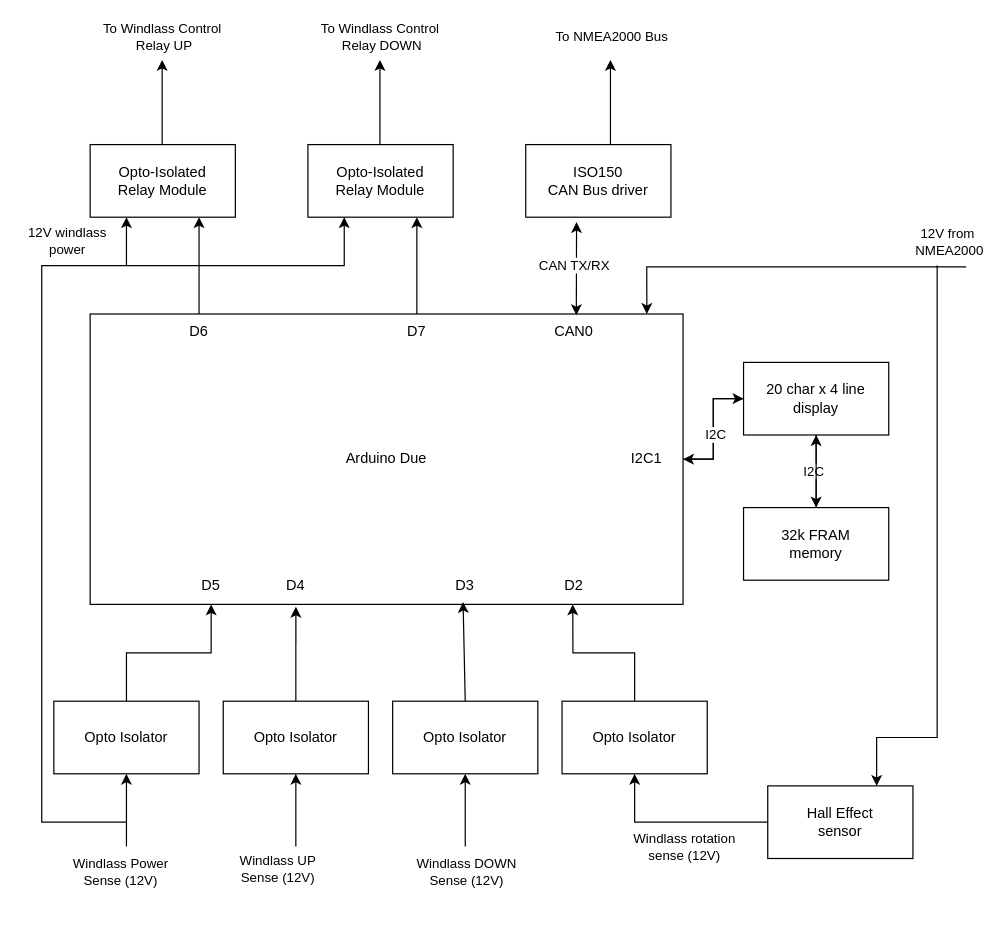
This is Windlass Controller.drawio from JohnStov/N2K-Chain-Counter, a draw.io file, before an edit. Source tidied: cells renumbered, new cells numbered last; positions are measured from the earlier drawing's top-left corner, leaving out a move shared by most shapes. Both pictures are drawn from the tidied source at 121%, with x=0, y=0 at pixel (41, 59).
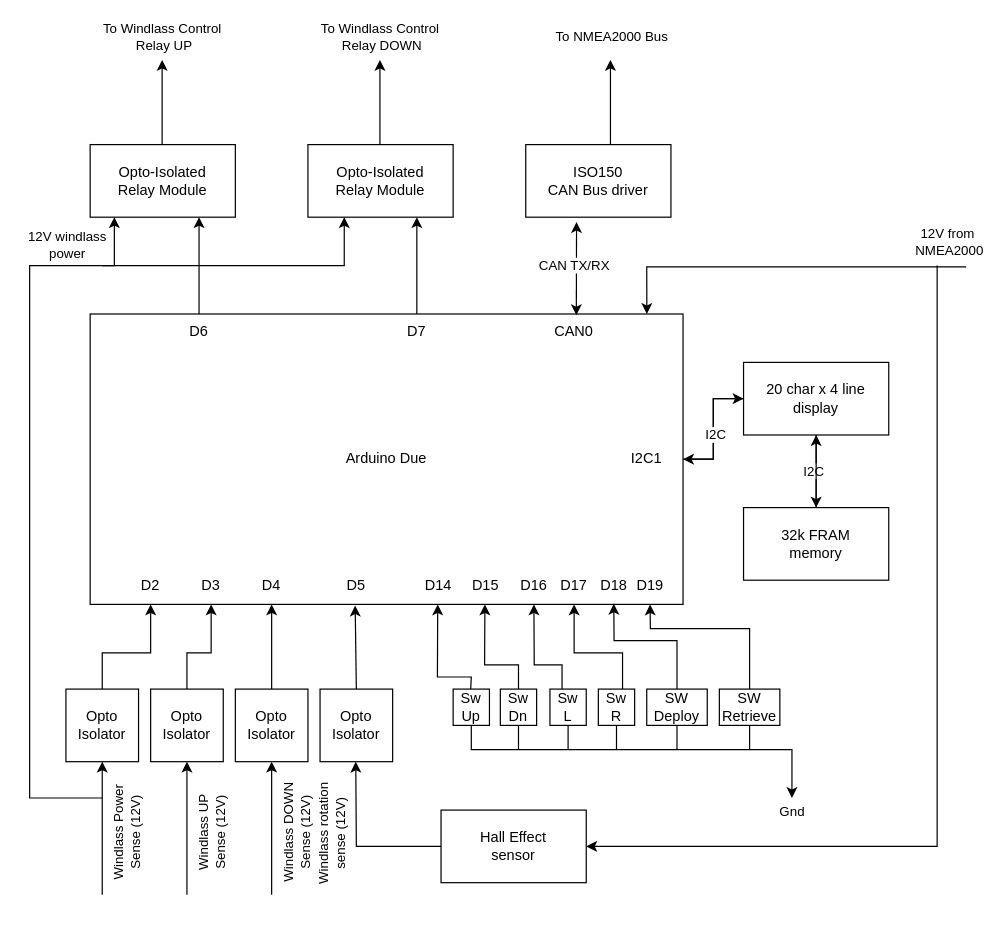
After the change.

Commit message (it also covers changes not shown here):
Updated system diagram

Unchanged cells that the change refers to:
```xml
<mxCell id="3" value="&lt;div&gt;Arduino Due&lt;/div&gt;" style="rounded=0;whiteSpace=wrap;html=1;" parent="1" vertex="1">
  <mxGeometry x="40" y="210" width="490" height="240" as="geometry" />
</mxCell>
<mxCell id="5" value="&lt;div&gt;Opto-Isolated&lt;/div&gt;&lt;div&gt;Relay Module&lt;br&gt;&lt;/div&gt;" style="rounded=0;whiteSpace=wrap;html=1;" parent="1" vertex="1">
  <mxGeometry x="220" y="70" width="120" height="60" as="geometry" />
</mxCell>
<mxCell id="6" value="&lt;div&gt;Opto-Isolated&lt;/div&gt;&lt;div&gt;Relay Module&lt;br&gt;&lt;/div&gt;" style="rounded=0;whiteSpace=wrap;html=1;" parent="1" vertex="1">
  <mxGeometry x="40" y="70" width="120" height="60" as="geometry" />
</mxCell>
```

Diff of the diagram source:
```diff
@@
-    <mxCell id="13" value="&lt;div&gt;Opto Isolator&lt;/div&gt;" style="rounded=0;whiteSpace=wrap;html=1;" parent="1" vertex="1">
-      <mxGeometry x="10" y="530" width="120" height="60" as="geometry" />
-    </mxCell>
-    <mxCell id="14" value="&lt;div&gt;Opto Isolator&lt;/div&gt;" style="rounded=0;whiteSpace=wrap;html=1;" parent="1" vertex="1">
-      <mxGeometry x="150" y="530" width="120" height="60" as="geometry" />
+    <mxCell id="14" value="&lt;div&gt;Opto&lt;/div&gt;&lt;div&gt;Isolator&lt;/div&gt;" style="rounded=0;whiteSpace=wrap;html=1;" parent="1" vertex="1">
+      <mxGeometry x="90" y="520" width="60" height="60" as="geometry" />
     </mxCell>
-    <mxCell id="15" value="&lt;div&gt;Opto Isolator&lt;/div&gt;" style="rounded=0;whiteSpace=wrap;html=1;" parent="1" vertex="1">
-      <mxGeometry x="290" y="530" width="120" height="60" as="geometry" />
+    <mxCell id="15" value="&lt;div&gt;Opto&lt;/div&gt;&lt;div&gt;Isolator&lt;/div&gt;" style="rounded=0;whiteSpace=wrap;html=1;" parent="1" vertex="1">
+      <mxGeometry x="160" y="520" width="60" height="60" as="geometry" />
     </mxCell>
-    <mxCell id="16" value="&lt;div&gt;Opto Isolator&lt;/div&gt;" style="rounded=0;whiteSpace=wrap;html=1;" parent="1" vertex="1">
-      <mxGeometry x="430" y="530" width="120" height="60" as="geometry" />
+    <mxCell id="16" value="&lt;div&gt;Opto&lt;/div&gt;&lt;div&gt;Isolator&lt;/div&gt;" style="rounded=0;whiteSpace=wrap;html=1;" parent="1" vertex="1">
+      <mxGeometry x="230" y="520" width="60" height="60" as="geometry" />
     </mxCell>
     <mxCell id="17" style="endArrow=classic;html=1;rounded=0;entryX=0.5;entryY=1;entryDx=0;entryDy=0;" parent="1" edge="1" target="13">
       <mxGeometry relative="1" as="geometry">
-        <mxPoint x="70" y="650" as="sourcePoint" />
+        <mxPoint x="50" y="690" as="sourcePoint" />
       </mxGeometry>
     </mxCell>
-    <mxCell id="18" value="&lt;div&gt;Windlass Power&lt;/div&gt;&lt;div&gt;Sense (12V)&lt;br&gt;&lt;/div&gt;" style="edgeLabel;html=1;align=center;verticalAlign=middle;" parent="17" vertex="1">
+    <mxCell id="18" value="&lt;div&gt;Windlass Power&lt;/div&gt;&lt;div&gt;Sense (12V)&lt;br&gt;&lt;/div&gt;" style="edgeLabel;html=1;align=center;verticalAlign=middle;rotation=270;" parent="17" vertex="1">
       <mxGeometry y="3" relative="1" as="geometry">
-        <mxPoint x="-3" y="50" as="offset" />
+        <mxPoint x="23" y="5" as="offset" />
       </mxGeometry>
     </mxCell>
     <mxCell id="19" style="endArrow=classic;html=1;rounded=0;entryX=0.5;entryY=1;entryDx=0;entryDy=0;" parent="1" edge="1" target="14">
       <mxGeometry relative="1" as="geometry">
-        <mxPoint x="210" y="650" as="sourcePoint" />
+        <mxPoint x="120" y="690" as="sourcePoint" />
       </mxGeometry>
     </mxCell>
-    <mxCell id="20" value="&lt;div&gt;Windlass UP&lt;/div&gt;&lt;div&gt;Sense (12V)&lt;br&gt;&lt;/div&gt;" style="edgeLabel;html=1;align=center;verticalAlign=middle;" parent="19" vertex="1">
+    <mxCell id="20" value="&lt;div&gt;Windlass UP&lt;/div&gt;&lt;div&gt;Sense (12V)&lt;br&gt;&lt;/div&gt;" style="edgeLabel;html=1;align=center;verticalAlign=middle;rotation=270;" parent="19" vertex="1">
       <mxGeometry x="0.03" y="8" relative="1" as="geometry">
-        <mxPoint x="-8" y="49" as="offset" />
+        <mxPoint x="28" y="7" as="offset" />
       </mxGeometry>
     </mxCell>
     <mxCell id="21" style="endArrow=classic;html=1;rounded=0;entryX=0.5;entryY=1;entryDx=0;entryDy=0;" parent="1" edge="1" target="15">
       <mxGeometry relative="1" as="geometry">
-        <mxPoint x="350" y="650" as="sourcePoint" />
+        <mxPoint x="190" y="690" as="sourcePoint" />
       </mxGeometry>
     </mxCell>
-    <mxCell id="22" value="&lt;div&gt;Windlass DOWN&lt;/div&gt;&lt;div&gt;Sense (12V)&lt;br&gt;&lt;/div&gt;" style="edgeLabel;html=1;align=center;verticalAlign=middle;" parent="21" vertex="1">
+    <mxCell id="22" value="&lt;div&gt;Windlass DOWN&lt;/div&gt;&lt;div&gt;Sense (12V)&lt;br&gt;&lt;/div&gt;" style="edgeLabel;html=1;align=center;verticalAlign=middle;rotation=270;" parent="21" vertex="1">
       <mxGeometry x="0.33" y="-5" relative="1" as="geometry">
-        <mxPoint x="-5" y="60" as="offset" />
+        <mxPoint x="15" y="23" as="offset" />
       </mxGeometry>
     </mxCell>
-    <mxCell id="23" style="endArrow=classic;html=1;rounded=0;entryX=0.5;entryY=1;entryDx=0;entryDy=0;exitX=0;exitY=0.5;exitDx=0;exitDy=0;" parent="1" edge="1" source="45" target="16">
+    <mxCell id="23" style="endArrow=classic;html=1;rounded=0;entryX=0.5;entryY=1;entryDx=0;entryDy=0;exitX=0;exitY=0.5;exitDx=0;exitDy=0;" parent="1" edge="1" source="45">
       <mxGeometry relative="1" as="geometry">
+        <mxPoint x="259.5" y="580" as="targetPoint" />
         <Array as="points">
-          <mxPoint x="490" y="630" />
+          <mxPoint x="260" y="650" />
         </Array>
       </mxGeometry>
     </mxCell>
-    <mxCell id="24" value="&lt;div&gt;Windlass rotation&lt;/div&gt;&lt;div&gt;sense (12V)&lt;br&gt;&lt;/div&gt;" style="edgeLabel;html=1;align=center;verticalAlign=middle;" parent="23" vertex="1">
+    <mxCell id="24" value="&lt;div&gt;Windlass rotation&lt;/div&gt;&lt;div&gt;sense (12V)&lt;br&gt;&lt;/div&gt;" style="edgeLabel;html=1;align=center;verticalAlign=middle;rotation=270;" parent="23" vertex="1">
       <mxGeometry x="0.27" y="-2" relative="1" as="geometry">
-        <mxPoint x="25" y="22" as="offset" />
+        <mxPoint x="-22" y="9" as="offset" />
       </mxGeometry>
     </mxCell>
@@
-    <mxCell id="36" style="endArrow=classic;html=1;rounded=0;entryX=0.25;entryY=1;entryDx=0;entryDy=0;" parent="1" edge="1" target="6">
+    <mxCell id="36" style="endArrow=classic;html=1;rounded=0;entryX=0.25;entryY=1;entryDx=0;entryDy=0;" parent="1" edge="1">
       <mxGeometry relative="1" as="geometry">
-        <mxPoint x="70" y="630" as="sourcePoint" />
+        <mxPoint x="50" y="610" as="sourcePoint" />
+        <mxPoint x="60" y="130" as="targetPoint" />
         <Array as="points">
-          <mxPoint y="630" />
-          <mxPoint y="170" />
-          <mxPoint x="70" y="170" />
+          <mxPoint x="-10" y="610" />
+          <mxPoint x="-10" y="170" />
+          <mxPoint x="60" y="170" />
         </Array>
       </mxGeometry>
     </mxCell>
     <mxCell id="37" value="&lt;div&gt;12V windlass&lt;/div&gt;&lt;div&gt;power&lt;/div&gt;" style="edgeLabel;html=1;align=center;verticalAlign=middle;" parent="36" vertex="1">
       <mxGeometry x="0.3" relative="1" as="geometry">
-        <mxPoint x="20" y="-135" as="offset" />
+        <mxPoint x="30" y="-121" as="offset" />
       </mxGeometry>
     </mxCell>
     <mxCell id="38" style="endArrow=classic;html=1;rounded=0;entryX=0.25;entryY=1;entryDx=0;entryDy=0;" parent="1" edge="1" target="5">
       <mxGeometry relative="1" as="geometry">
-        <mxPoint x="70" y="170" as="sourcePoint" />
+        <mxPoint x="50" y="170" as="sourcePoint" />
         <Array as="points">
           <mxPoint x="250" y="170" />
         </Array>
       </mxGeometry>
     </mxCell>
@@
-    <mxCell id="41" style="endArrow=classic;html=1;rounded=0;" parent="1" edge="1">
-      <mxGeometry relative="1" as="geometry">
-        <mxPoint x="70" y="530" as="sourcePoint" />
-        <mxPoint x="140" y="450" as="targetPoint" />
-        <Array as="points">
-          <mxPoint x="70" y="490" />
-          <mxPoint x="140" y="490" />
-        </Array>
-      </mxGeometry>
-    </mxCell>
-    <mxCell id="42" style="endArrow=classic;html=1;rounded=0;entryX=0.347;entryY=1.008;entryDx=0;entryDy=0;entryPerimeter=0;" parent="1" edge="1" target="3">
-      <mxGeometry relative="1" as="geometry">
-        <mxPoint x="210" y="530" as="sourcePoint" />
-      </mxGeometry>
-    </mxCell>
-    <mxCell id="43" style="endArrow=classic;html=1;rounded=0;entryX=0.629;entryY=0.992;entryDx=0;entryDy=0;entryPerimeter=0;" parent="1" edge="1" target="3">
-      <mxGeometry relative="1" as="geometry">
-        <mxPoint x="350" y="530" as="sourcePoint" />
-      </mxGeometry>
+    <mxCell id="43" style="endArrow=classic;html=1;rounded=0;entryX=0.5;entryY=1;entryDx=0;entryDy=0;exitX=0.5;exitY=0;exitDx=0;exitDy=0;" parent="1" edge="1" source="15" target="48">
+      <mxGeometry relative="1" as="geometry" />
     </mxCell>
-    <mxCell id="44" style="endArrow=classic;html=1;rounded=0;entryX=0.814;entryY=1;entryDx=0;entryDy=0;entryPerimeter=0;" parent="1" edge="1" target="3">
-      <mxGeometry relative="1" as="geometry">
-        <mxPoint x="490" y="530" as="sourcePoint" />
-        <Array as="points">
-          <mxPoint x="490" y="490" />
-          <mxPoint x="439" y="490" />
-        </Array>
-      </mxGeometry>
+    <mxCell id="44" style="endArrow=classic;html=1;rounded=0;entryX=0.447;entryY=1.004;entryDx=0;entryDy=0;entryPerimeter=0;exitX=0.5;exitY=0;exitDx=0;exitDy=0;" parent="1" edge="1" source="16" target="3">
+      <mxGeometry relative="1" as="geometry" />
     </mxCell>
     <mxCell id="45" value="&lt;div&gt;Hall Effect&lt;/div&gt;&lt;div&gt;sensor&lt;br&gt;&lt;/div&gt;" style="rounded=0;whiteSpace=wrap;html=1;" parent="1" vertex="1">
-      <mxGeometry x="600" y="600" width="120" height="60" as="geometry" />
+      <mxGeometry x="330" y="620" width="120" height="60" as="geometry" />
     </mxCell>
-    <mxCell id="46" style="endArrow=classic;html=1;rounded=0;entryX=0.75;entryY=0;entryDx=0;entryDy=0;" parent="1" edge="1" target="45">
+    <mxCell id="46" style="endArrow=classic;html=1;rounded=0;entryX=1;entryY=0.5;entryDx=0;entryDy=0;" parent="1" edge="1" target="45">
       <mxGeometry relative="1" as="geometry">
         <mxPoint x="740" y="170" as="sourcePoint" />
         <Array as="points">
-          <mxPoint x="740" y="560" />
-          <mxPoint x="690" y="560" />
+          <mxPoint x="740" y="650" />
         </Array>
       </mxGeometry>
     </mxCell>
-    <mxCell id="47" value="D2" style="text;html=1;align=center;verticalAlign=middle;whiteSpace=wrap;rounded=0;" parent="1" vertex="1">
-      <mxGeometry x="410" y="420" width="60" height="30" as="geometry" />
+    <mxCell id="47" value="D5" style="text;html=1;align=center;verticalAlign=middle;whiteSpace=wrap;rounded=0;" parent="1" vertex="1">
+      <mxGeometry x="230" y="420" width="60" height="30" as="geometry" />
     </mxCell>
-    <mxCell id="48" value="D3" style="text;html=1;align=center;verticalAlign=middle;whiteSpace=wrap;rounded=0;" parent="1" vertex="1">
-      <mxGeometry x="320" y="420" width="60" height="30" as="geometry" />
+    <mxCell id="48" value="D4" style="text;html=1;align=center;verticalAlign=middle;whiteSpace=wrap;rounded=0;" parent="1" vertex="1">
+      <mxGeometry x="160" y="420" width="60" height="30" as="geometry" />
     </mxCell>
-    <mxCell id="49" value="D4" style="text;html=1;align=center;verticalAlign=middle;whiteSpace=wrap;rounded=0;" parent="1" vertex="1">
-      <mxGeometry x="180" y="420" width="60" height="30" as="geometry" />
-    </mxCell>
-    <mxCell id="50" value="D5" style="text;html=1;align=center;verticalAlign=middle;whiteSpace=wrap;rounded=0;" parent="1" vertex="1">
+    <mxCell id="50" value="D3" style="text;html=1;align=center;verticalAlign=middle;whiteSpace=wrap;rounded=0;" parent="1" vertex="1">
       <mxGeometry x="110" y="420" width="60" height="30" as="geometry" />
     </mxCell>
@@
+    <mxCell id="13" value="&lt;div&gt;Opto&lt;/div&gt;&lt;div&gt;Isolator&lt;/div&gt;" style="rounded=0;whiteSpace=wrap;html=1;" parent="1" vertex="1">
+      <mxGeometry x="20" y="520" width="60" height="60" as="geometry" />
+    </mxCell>
+    <mxCell id="55" style="endArrow=classic;html=1;rounded=0;entryX=0.5;entryY=1;entryDx=0;entryDy=0;" parent="1" edge="1" target="50">
+      <mxGeometry relative="1" as="geometry">
+        <mxPoint x="120" y="520" as="sourcePoint" />
+        <Array as="points">
+          <mxPoint x="120" y="490" />
+          <mxPoint x="140" y="490" />
+        </Array>
+      </mxGeometry>
+    </mxCell>
+    <mxCell id="56" style="endArrow=classic;html=1;rounded=0;exitX=0.5;exitY=0;exitDx=0;exitDy=0;entryX=0.5;entryY=1;entryDx=0;entryDy=0;" parent="1" edge="1" source="13" target="49">
+      <mxGeometry relative="1" as="geometry">
+        <Array as="points">
+          <mxPoint x="50" y="490" />
+          <mxPoint x="90" y="490" />
+        </Array>
+      </mxGeometry>
+    </mxCell>
+    <mxCell id="49" value="D2" style="text;html=1;align=center;verticalAlign=middle;whiteSpace=wrap;rounded=0;" parent="1" vertex="1">
+      <mxGeometry x="60" y="420" width="60" height="30" as="geometry" />
+    </mxCell>
+    <mxCell id="57" style="endArrow=classic;html=1;rounded=0;entryX=0.5;entryY=1;entryDx=0;entryDy=0;" parent="1" edge="1" target="64">
+      <mxGeometry relative="1" as="geometry">
+        <mxPoint x="354.5" y="520" as="sourcePoint" />
+        <Array as="points">
+          <mxPoint x="355" y="510" />
+          <mxPoint x="327" y="510" />
+        </Array>
+      </mxGeometry>
+    </mxCell>
+    <mxCell id="58" value="&lt;div&gt;Sw&lt;/div&gt;&lt;div&gt;Up&lt;br&gt;&lt;/div&gt;" style="rounded=0;whiteSpace=wrap;html=1;" parent="1" vertex="1">
+      <mxGeometry x="340" y="520" width="30" height="30" as="geometry" />
+    </mxCell>
+    <mxCell id="59" value="&lt;div&gt;Sw&lt;/div&gt;&lt;div&gt;Dn&lt;br&gt;&lt;/div&gt;" style="rounded=0;whiteSpace=wrap;html=1;" parent="1" vertex="1">
+      <mxGeometry x="379" y="520" width="30" height="30" as="geometry" />
+    </mxCell>
+    <mxCell id="60" value="&lt;div&gt;Sw&lt;/div&gt;&lt;div&gt;L&lt;br&gt;&lt;/div&gt;" style="rounded=0;whiteSpace=wrap;html=1;" parent="1" vertex="1">
+      <mxGeometry x="420" y="520" width="30" height="30" as="geometry" />
+    </mxCell>
+    <mxCell id="61" value="Sw R" style="rounded=0;whiteSpace=wrap;html=1;" parent="1" vertex="1">
+      <mxGeometry x="460" y="520" width="30" height="30" as="geometry" />
+    </mxCell>
+    <mxCell id="62" value="&lt;div&gt;SW&lt;/div&gt;&lt;div&gt;Deploy&lt;br&gt;&lt;/div&gt;" style="rounded=0;whiteSpace=wrap;html=1;" parent="1" vertex="1">
+      <mxGeometry x="500" y="520" width="50" height="30" as="geometry" />
+    </mxCell>
+    <mxCell id="63" value="SW Retrieve" style="rounded=0;whiteSpace=wrap;html=1;" parent="1" vertex="1">
+      <mxGeometry x="560" y="520" width="50" height="30" as="geometry" />
+    </mxCell>
+    <mxCell id="64" value="D14" style="text;html=1;align=center;verticalAlign=middle;whiteSpace=wrap;rounded=0;" parent="1" vertex="1">
+      <mxGeometry x="314.5" y="420" width="25.5" height="30" as="geometry" />
+    </mxCell>
+    <mxCell id="65" style="endArrow=classic;html=1;rounded=0;exitX=0.5;exitY=1;exitDx=0;exitDy=0;" parent="1" edge="1" source="58">
+      <mxGeometry relative="1" as="geometry">
+        <mxPoint x="620" y="610" as="targetPoint" />
+        <Array as="points">
+          <mxPoint x="355" y="570" />
+          <mxPoint x="620" y="570" />
+        </Array>
+      </mxGeometry>
+    </mxCell>
+    <mxCell id="66" value="Gnd" style="edgeLabel;html=1;align=center;verticalAlign=middle;" parent="65" vertex="1">
+      <mxGeometry x="0.43" y="-4" relative="1" as="geometry">
+        <mxPoint x="52" y="46" as="offset" />
+      </mxGeometry>
+    </mxCell>
+    <mxCell id="67" value="D15" style="text;html=1;align=center;verticalAlign=middle;whiteSpace=wrap;rounded=0;" parent="1" vertex="1">
+      <mxGeometry x="353.5" y="420" width="25.5" height="30" as="geometry" />
+    </mxCell>
+    <mxCell id="68" style="endArrow=classic;html=1;rounded=0;exitX=0.5;exitY=0;exitDx=0;exitDy=0;entryX=0.5;entryY=1;entryDx=0;entryDy=0;" parent="1" edge="1" source="59" target="67">
+      <mxGeometry relative="1" as="geometry">
+        <Array as="points">
+          <mxPoint x="394" y="500" />
+          <mxPoint x="366" y="500" />
+        </Array>
+      </mxGeometry>
+    </mxCell>
+    <mxCell id="69" value="D16" style="text;html=1;align=center;verticalAlign=middle;whiteSpace=wrap;rounded=0;" parent="1" vertex="1">
+      <mxGeometry x="394" y="420" width="25.5" height="30" as="geometry" />
+    </mxCell>
+    <mxCell id="70" value="D17" style="text;html=1;align=center;verticalAlign=middle;whiteSpace=wrap;rounded=0;" parent="1" vertex="1">
+      <mxGeometry x="427.2" y="420" width="25.5" height="30" as="geometry" />
+    </mxCell>
+    <mxCell id="71" value="D18" style="text;html=1;align=center;verticalAlign=middle;whiteSpace=wrap;rounded=0;" parent="1" vertex="1">
+      <mxGeometry x="460" y="419.5" width="25.5" height="30" as="geometry" />
+    </mxCell>
+    <mxCell id="72" value="D19" style="text;html=1;align=center;verticalAlign=middle;whiteSpace=wrap;rounded=0;" parent="1" vertex="1">
+      <mxGeometry x="490" y="420" width="25.5" height="30" as="geometry" />
+    </mxCell>
+    <mxCell id="73" style="endArrow=classic;html=1;rounded=0;entryX=0.5;entryY=1;entryDx=0;entryDy=0;exitX=0.5;exitY=0;exitDx=0;exitDy=0;" parent="1" edge="1" source="63" target="72">
+      <mxGeometry relative="1" as="geometry">
+        <Array as="points">
+          <mxPoint x="585" y="470" />
+          <mxPoint x="503" y="470" />
+        </Array>
+      </mxGeometry>
+    </mxCell>
+    <mxCell id="74" style="endArrow=classic;html=1;rounded=0;entryX=0.5;entryY=1;entryDx=0;entryDy=0;exitX=0.5;exitY=0;exitDx=0;exitDy=0;" parent="1" edge="1" source="62" target="71">
+      <mxGeometry relative="1" as="geometry">
+        <Array as="points">
+          <mxPoint x="525" y="480" />
+          <mxPoint x="473" y="480" />
+        </Array>
+      </mxGeometry>
+    </mxCell>
+    <mxCell id="75" style="endArrow=classic;html=1;rounded=0;entryX=0.5;entryY=1;entryDx=0;entryDy=0;" parent="1" edge="1" target="70">
+      <mxGeometry relative="1" as="geometry">
+        <mxPoint x="480" y="520" as="sourcePoint" />
+        <Array as="points">
+          <mxPoint x="480" y="490" />
+          <mxPoint x="440" y="490" />
+        </Array>
+      </mxGeometry>
+    </mxCell>
+    <mxCell id="76" style="endArrow=classic;html=1;rounded=0;entryX=0.5;entryY=1;entryDx=0;entryDy=0;" parent="1" edge="1" target="69">
+      <mxGeometry relative="1" as="geometry">
+        <mxPoint x="430" y="520" as="sourcePoint" />
+        <Array as="points">
+          <mxPoint x="430" y="500" />
+          <mxPoint x="407" y="500" />
+        </Array>
+      </mxGeometry>
+    </mxCell>
+    <mxCell id="77" style="endArrow=none;html=1;rounded=0;entryX=0.5;entryY=1;entryDx=0;entryDy=0;" parent="1" edge="1" target="59">
+      <mxGeometry relative="1" as="geometry">
+        <mxPoint x="394" y="570" as="sourcePoint" />
+      </mxGeometry>
+    </mxCell>
+    <mxCell id="78" style="endArrow=none;html=1;rounded=0;exitX=0.5;exitY=1;exitDx=0;exitDy=0;" parent="1" edge="1" source="60">
+      <mxGeometry relative="1" as="geometry">
+        <mxPoint x="435" y="570" as="targetPoint" />
+      </mxGeometry>
+    </mxCell>
+    <mxCell id="79" style="endArrow=none;html=1;rounded=0;exitX=0.5;exitY=1;exitDx=0;exitDy=0;" parent="1" edge="1" source="61">
+      <mxGeometry relative="1" as="geometry">
+        <mxPoint x="475" y="570" as="targetPoint" />
+      </mxGeometry>
+    </mxCell>
+    <mxCell id="80" style="endArrow=none;html=1;rounded=0;entryX=0.5;entryY=1;entryDx=0;entryDy=0;" parent="1" edge="1" target="62">
+      <mxGeometry relative="1" as="geometry">
+        <mxPoint x="525" y="570" as="sourcePoint" />
+      </mxGeometry>
+    </mxCell>
+    <mxCell id="81" style="endArrow=none;html=1;rounded=0;entryX=0.5;entryY=1;entryDx=0;entryDy=0;" parent="1" edge="1" target="63">
+      <mxGeometry relative="1" as="geometry">
+        <mxPoint x="585" y="570" as="sourcePoint" />
+      </mxGeometry>
+    </mxCell>
```
